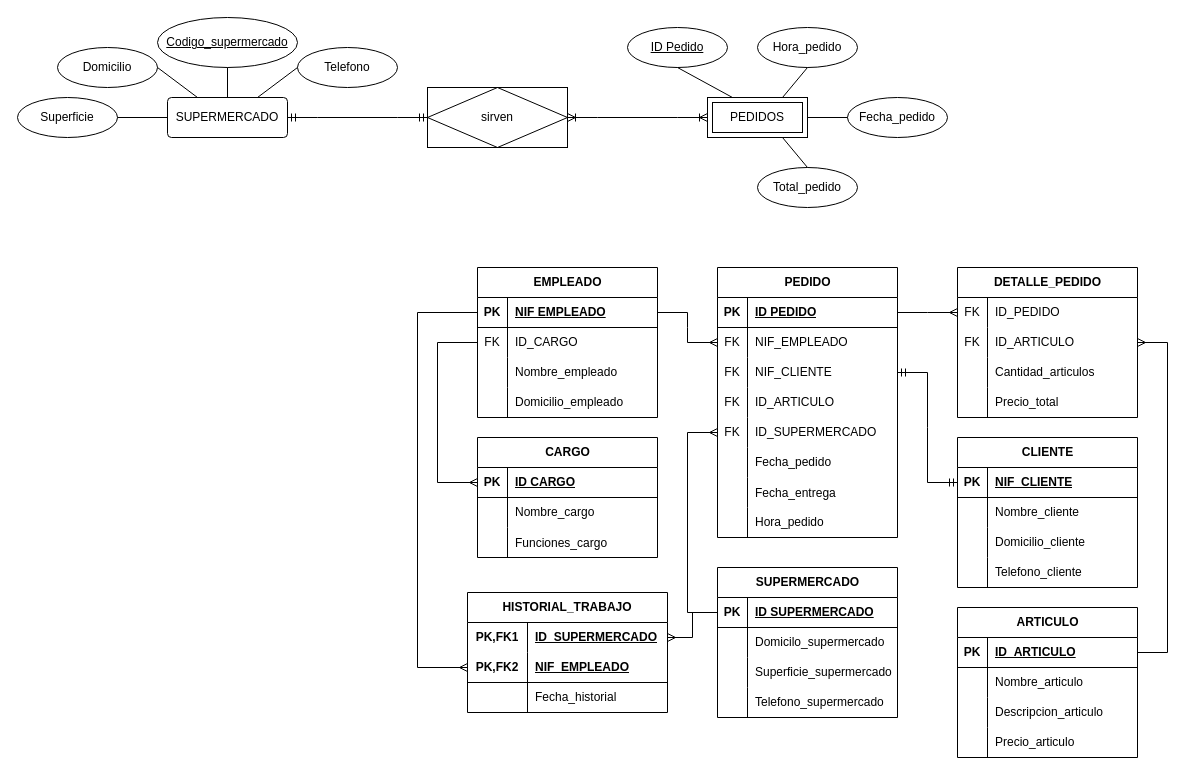
jsebas9511/ConceptosBD keeps this draw.io diagram as Diagrama sin título.drawio. Above is the earlier version. Source tidied: cells renumbered, new cells numbered last; positions are measured from the earlier drawing's top-left corner, leaving out a move shared by most shapes. Both pictures are drawn from the tidied source at 100%, with x=0, y=0 at pixel (17, 17).
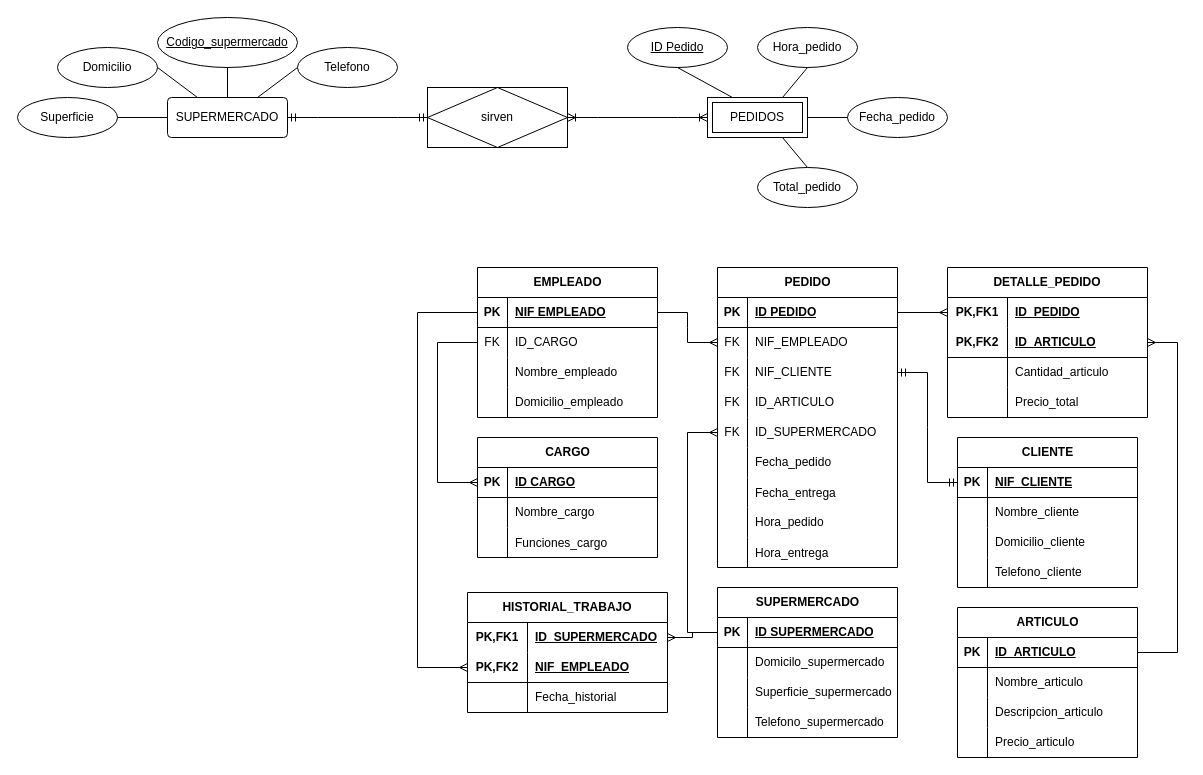
After the change.

The change refers to these unchanged cells:
```xml
<mxCell id="24" style="shape=tableRow;horizontal=0;startSize=0;swimlaneHead=0;swimlaneBody=0;fillColor=none;points=[[0,0.5],[1,0.5]];portConstraint=eastwest;top=0;left=0;right=0;bottom=1;" parent="23" vertex="1">
  <mxGeometry y="30" width="180" height="30" as="geometry" />
</mxCell>
<mxCell id="60" style="shape=tableRow;horizontal=0;startSize=0;swimlaneHead=0;swimlaneBody=0;fillColor=none;points=[[0,0.5],[1,0.5]];portConstraint=eastwest;top=0;left=0;right=0;bottom=1;" parent="59" vertex="1">
  <mxGeometry y="30" width="180" height="30" as="geometry" />
</mxCell>
<mxCell id="72" style="shape=tableRow;horizontal=0;startSize=0;swimlaneHead=0;swimlaneBody=0;fillColor=none;points=[[0,0.5],[1,0.5]];portConstraint=eastwest;top=0;left=0;right=0;bottom=0;" parent="59" vertex="1">
  <mxGeometry y="150" width="180" height="30" as="geometry" />
</mxCell>
<mxCell id="100" style="shape=tableRow;horizontal=0;startSize=0;swimlaneHead=0;swimlaneBody=0;fillColor=none;points=[[0,0.5],[1,0.5]];portConstraint=eastwest;top=0;left=0;right=0;bottom=1;" parent="99" vertex="1">
  <mxGeometry y="30" width="180" height="30" as="geometry" />
</mxCell>
```

What changed in the source:
```diff
@@
     <mxCell id="23" value="SUPERMERCADO" style="shape=table;startSize=30;childLayout=tableLayout;rowLines=0;fontStyle=1;align=center;html=1;" parent="1" vertex="1">
-      <mxGeometry x="700" y="550" width="180" height="150" as="geometry" />
+      <mxGeometry x="700" y="570" width="180" height="150" as="geometry" />
     </mxCell>
@@
     <mxCell id="59" value="PEDIDO" style="shape=table;startSize=30;childLayout=tableLayout;rowLines=0;fontStyle=1;align=center;html=1;" parent="1" vertex="1">
-      <mxGeometry x="700" y="250" width="180" height="270" as="geometry" />
+      <mxGeometry x="700" y="250" width="180" height="300" as="geometry" />
     </mxCell>
@@
+    <mxCell id="141" style="shape=tableRow;horizontal=0;startSize=0;swimlaneHead=0;swimlaneBody=0;fillColor=none;top=0;left=0;right=0;bottom=0;" parent="59" vertex="1">
+      <mxGeometry y="270" width="180" height="30" as="geometry" />
+    </mxCell>
+    <mxCell id="142" style="shape=partialRectangle;fillColor=none;top=0;left=0;bottom=0;right=0;overflow=hidden;" parent="141" vertex="1">
+      <mxGeometry width="30" height="30" as="geometry" />
+    </mxCell>
+    <mxCell id="143" value="Hora_entrega" style="shape=partialRectangle;fillColor=none;top=0;left=0;bottom=0;right=0;align=left;spacingLeft=6;overflow=hidden;" parent="141" vertex="1">
+      <mxGeometry x="30" width="150" height="30" as="geometry" />
+    </mxCell>
@@
-    <mxCell id="112" value="DETALLE_PEDIDO" style="shape=table;startSize=30;childLayout=tableLayout;rowLines=0;fontStyle=1;align=center;html=1;" parent="1" vertex="1">
-      <mxGeometry x="940" y="250" width="180" height="150" as="geometry" />
-    </mxCell>
-    <mxCell id="113" style="shape=tableRow;horizontal=0;startSize=0;swimlaneHead=0;swimlaneBody=0;fillColor=none;points=[[0,0.5],[1,0.5]];portConstraint=eastwest;top=0;left=0;right=0;bottom=0;" parent="112" vertex="1">
-      <mxGeometry y="30" width="180" height="30" as="geometry" />
-    </mxCell>
-    <mxCell id="114" value="FK" style="shape=partialRectangle;fillColor=none;top=0;left=0;bottom=0;right=0;overflow=hidden;whiteSpace=wrap;html=1;" parent="113" vertex="1">
-      <mxGeometry width="30" height="30" as="geometry" />
-    </mxCell>
-    <mxCell id="115" value="ID_PEDIDO" style="shape=partialRectangle;fillColor=none;top=0;left=0;bottom=0;right=0;align=left;spacingLeft=6;overflow=hidden;whiteSpace=wrap;html=1;" parent="113" vertex="1">
-      <mxGeometry x="30" width="150" height="30" as="geometry" />
-    </mxCell>
-    <mxCell id="116" style="shape=tableRow;horizontal=0;startSize=0;swimlaneHead=0;swimlaneBody=0;fillColor=none;points=[[0,0.5],[1,0.5]];portConstraint=eastwest;top=0;left=0;right=0;bottom=0;" parent="112" vertex="1">
-      <mxGeometry y="60" width="180" height="30" as="geometry" />
-    </mxCell>
-    <mxCell id="117" value="FK" style="shape=partialRectangle;fillColor=none;top=0;left=0;bottom=0;right=0;overflow=hidden;whiteSpace=wrap;html=1;" parent="116" vertex="1">
-      <mxGeometry width="30" height="30" as="geometry" />
-    </mxCell>
-    <mxCell id="118" value="ID_ARTICULO" style="shape=partialRectangle;fillColor=none;top=0;left=0;bottom=0;right=0;align=left;spacingLeft=6;overflow=hidden;whiteSpace=wrap;html=1;" parent="116" vertex="1">
-      <mxGeometry x="30" width="150" height="30" as="geometry" />
-    </mxCell>
-    <mxCell id="119" style="shape=tableRow;horizontal=0;startSize=0;swimlaneHead=0;swimlaneBody=0;fillColor=none;top=0;left=0;right=0;bottom=0;" parent="112" vertex="1">
-      <mxGeometry y="90" width="180" height="30" as="geometry" />
-    </mxCell>
-    <mxCell id="120" style="shape=partialRectangle;fillColor=none;top=0;left=0;bottom=0;right=0;overflow=hidden;whiteSpace=wrap;html=1;" parent="119" vertex="1">
-      <mxGeometry width="30" height="30" as="geometry" />
-    </mxCell>
-    <mxCell id="121" value="Cantidad_articulos" style="shape=partialRectangle;fillColor=none;top=0;left=0;bottom=0;right=0;align=left;spacingLeft=6;overflow=hidden;whiteSpace=wrap;html=1;" parent="119" vertex="1">
-      <mxGeometry x="30" width="150" height="30" as="geometry" />
-    </mxCell>
-    <mxCell id="122" style="shape=tableRow;horizontal=0;startSize=0;swimlaneHead=0;swimlaneBody=0;fillColor=none;top=0;left=0;right=0;bottom=0;" parent="112" vertex="1">
-      <mxGeometry y="120" width="180" height="30" as="geometry" />
-    </mxCell>
-    <mxCell id="123" style="shape=partialRectangle;fillColor=none;top=0;left=0;bottom=0;right=0;overflow=hidden;whiteSpace=wrap;html=1;" parent="122" vertex="1">
-      <mxGeometry width="30" height="30" as="geometry" />
-    </mxCell>
-    <mxCell id="124" value="Precio_total" style="shape=partialRectangle;fillColor=none;top=0;left=0;bottom=0;right=0;align=left;spacingLeft=6;overflow=hidden;whiteSpace=wrap;html=1;" parent="122" vertex="1">
-      <mxGeometry x="30" width="150" height="30" as="geometry" />
-    </mxCell>
     <mxCell id="125" style="edgeStyle=orthogonalEdgeStyle;fontSize=12;html=1;endArrow=ERmany;rounded=0;entryX=0;entryY=0.5;entryDx=0;entryDy=0;exitX=0;exitY=0.5;exitDx=0;exitDy=0;" parent="1" edge="1" source="24" target="72">
       <mxGeometry relative="1" as="geometry">
         <Array as="points">
-          <mxPoint x="670" y="595" />
+          <mxPoint x="670" y="615" />
           <mxPoint x="670" y="415" />
         </Array>
       </mxGeometry>
     </mxCell>
-    <mxCell id="126" style="edgeStyle=entityRelationEdgeStyle;fontSize=12;html=1;endArrow=ERmany;rounded=0;exitX=1;exitY=0.5;exitDx=0;exitDy=0;entryX=0;entryY=0.5;entryDx=0;entryDy=0;" parent="1" edge="1" source="60" target="113">
+    <mxCell id="126" style="edgeStyle=entityRelationEdgeStyle;fontSize=12;html=1;endArrow=ERmany;rounded=0;exitX=1;exitY=0.5;exitDx=0;exitDy=0;entryX=0;entryY=0.5;entryDx=0;entryDy=0;" parent="1" edge="1" source="60" target="144">
       <mxGeometry relative="1" as="geometry" />
     </mxCell>
-    <mxCell id="127" style="edgeStyle=entityRelationEdgeStyle;fontSize=12;html=1;endArrow=ERmany;rounded=0;exitX=1;exitY=0.5;exitDx=0;exitDy=0;" parent="1" edge="1" source="100" target="116">
+    <mxCell id="127" style="edgeStyle=entityRelationEdgeStyle;fontSize=12;html=1;endArrow=ERmany;rounded=0;exitX=1;exitY=0.5;exitDx=0;exitDy=0;" parent="1" edge="1" source="100" target="146">
       <mxGeometry relative="1" as="geometry" />
     </mxCell>
@@
+    <mxCell id="112" value="DETALLE_PEDIDO" style="shape=table;startSize=30;childLayout=tableLayout;rowLines=0;fontStyle=1;align=center;html=1;whiteSpace=wrap;" parent="1" vertex="1">
+      <mxGeometry x="930" y="250" width="200" height="150" as="geometry" />
+    </mxCell>
+    <mxCell id="144" style="shape=tableRow;horizontal=0;startSize=0;swimlaneHead=0;swimlaneBody=0;fillColor=none;points=[[0,0.5],[1,0.5]];portConstraint=eastwest;top=0;left=0;right=0;bottom=0;html=1;" parent="112" vertex="1">
+      <mxGeometry y="30" width="200" height="30" as="geometry" />
+    </mxCell>
+    <mxCell id="145" value="PK,FK1" style="shape=partialRectangle;fillColor=none;top=0;left=0;bottom=0;right=0;fontStyle=1;overflow=hidden;html=1;whiteSpace=wrap;" parent="144" vertex="1">
+      <mxGeometry width="60" height="30" as="geometry" />
+    </mxCell>
+    <mxCell id="115" value="ID_PEDIDO" style="shape=partialRectangle;fillColor=none;top=0;left=0;bottom=0;right=0;align=left;spacingLeft=6;fontStyle=5;overflow=hidden;html=1;whiteSpace=wrap;" parent="144" vertex="1">
+      <mxGeometry x="60" width="140" height="30" as="geometry" />
+    </mxCell>
+    <mxCell id="146" style="shape=tableRow;horizontal=0;startSize=0;swimlaneHead=0;swimlaneBody=0;fillColor=none;points=[[0,0.5],[1,0.5]];portConstraint=eastwest;top=0;left=0;right=0;bottom=1;html=1;" parent="112" vertex="1">
+      <mxGeometry y="60" width="200" height="30" as="geometry" />
+    </mxCell>
+    <mxCell id="147" value="PK,FK2" style="shape=partialRectangle;fillColor=none;top=0;left=0;bottom=0;right=0;fontStyle=1;overflow=hidden;html=1;whiteSpace=wrap;" parent="146" vertex="1">
+      <mxGeometry width="60" height="30" as="geometry" />
+    </mxCell>
+    <mxCell id="118" value="ID_ARTICULO" style="shape=partialRectangle;fillColor=none;top=0;left=0;bottom=0;right=0;align=left;spacingLeft=6;fontStyle=5;overflow=hidden;html=1;whiteSpace=wrap;" parent="146" vertex="1">
+      <mxGeometry x="60" width="140" height="30" as="geometry" />
+    </mxCell>
+    <mxCell id="148" style="shape=tableRow;horizontal=0;startSize=0;swimlaneHead=0;swimlaneBody=0;fillColor=none;top=0;left=0;right=0;bottom=0;html=1;" parent="112" vertex="1">
+      <mxGeometry y="90" width="200" height="30" as="geometry" />
+    </mxCell>
+    <mxCell id="149" style="shape=partialRectangle;fillColor=none;top=0;left=0;bottom=0;right=0;overflow=hidden;html=1;whiteSpace=wrap;" parent="148" vertex="1">
+      <mxGeometry width="60" height="30" as="geometry" />
+    </mxCell>
+    <mxCell id="150" value="Cantidad_articulo" style="shape=partialRectangle;fillColor=none;top=0;left=0;bottom=0;right=0;align=left;spacingLeft=6;overflow=hidden;html=1;whiteSpace=wrap;" parent="148" vertex="1">
+      <mxGeometry x="60" width="140" height="30" as="geometry" />
+    </mxCell>
+    <mxCell id="151" style="shape=tableRow;horizontal=0;startSize=0;swimlaneHead=0;swimlaneBody=0;fillColor=none;top=0;left=0;right=0;bottom=0;html=1;" parent="112" vertex="1">
+      <mxGeometry y="120" width="200" height="30" as="geometry" />
+    </mxCell>
+    <mxCell id="152" style="shape=partialRectangle;fillColor=none;top=0;left=0;bottom=0;right=0;overflow=hidden;html=1;whiteSpace=wrap;" parent="151" vertex="1">
+      <mxGeometry width="60" height="30" as="geometry" />
+    </mxCell>
+    <mxCell id="124" value="Precio_total" style="shape=partialRectangle;fillColor=none;top=0;left=0;bottom=0;right=0;align=left;spacingLeft=6;overflow=hidden;html=1;whiteSpace=wrap;" parent="151" vertex="1">
+      <mxGeometry x="60" width="140" height="30" as="geometry" />
+    </mxCell>
```
